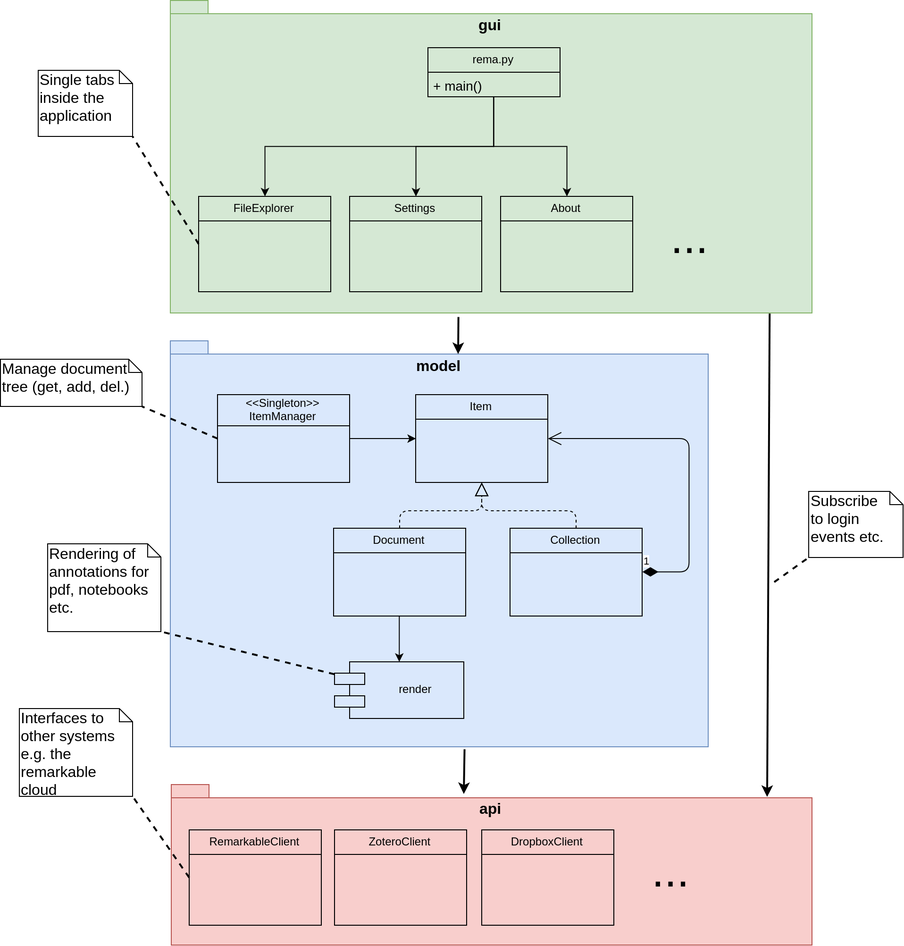
peerdavid/remapy keeps this draw.io diagram as doc/architecture.png. Above is the earlier version. Source tidied: cells renumbered, new cells last; positions are measured from the earlier drawing's top-left corner, leaving out a move shared by most shapes.
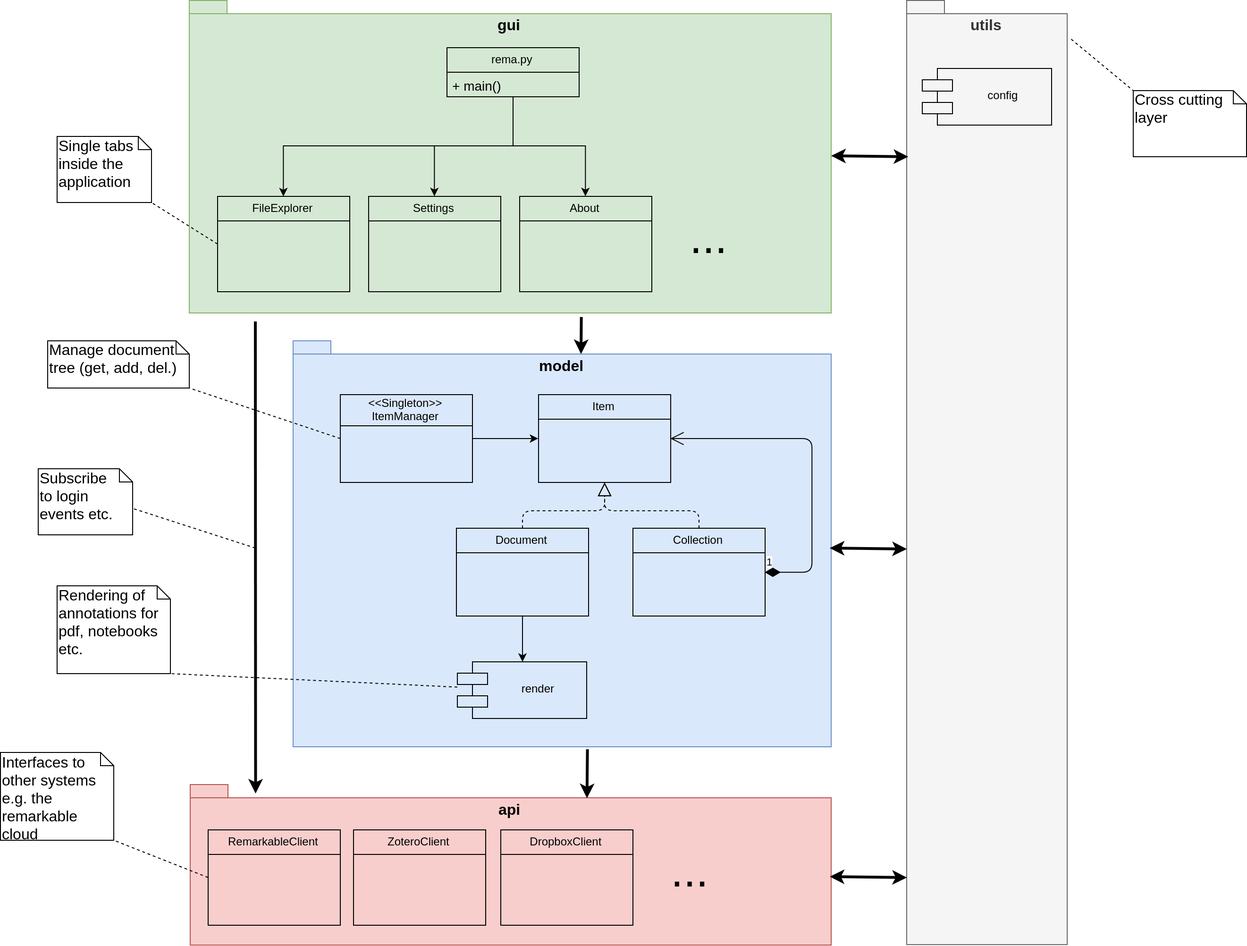
After the commit.

Change to the diagram source:
```diff
@@ -6,7 +6,7 @@
       <mxGeometry x="180" width="680" height="331" as="geometry" />
     </mxCell>
     <mxCell id="3" value="model" style="shape=folder;fontStyle=1;spacingTop=10;tabWidth=40;tabHeight=14;tabPosition=left;html=1;verticalAlign=top;fillColor=#dae8fc;strokeColor=#6c8ebf;fontSize=16;" parent="1" vertex="1">
-      <mxGeometry x="180" y="360.5" width="570" height="430" as="geometry" />
+      <mxGeometry x="290" y="360.5" width="570" height="430" as="geometry" />
     </mxCell>
     <mxCell id="4" value="api" style="shape=folder;fontStyle=1;spacingTop=10;tabWidth=40;tabHeight=14;tabPosition=left;html=1;verticalAlign=top;fillColor=#f8cecc;strokeColor=#b85450;fontSize=16;" parent="1" vertex="1">
       <mxGeometry x="181" y="830.5" width="679" height="170" as="geometry" />
@@ -24,47 +24,47 @@
       <mxGeometry relative="1" as="geometry" />
     </mxCell>
     <mxCell id="9" value="&lt;&lt;Singleton&gt;&gt;&#10;ItemManager" style="swimlane;fontStyle=0;horizontal=1;startSize=33;fillColor=none;" parent="1" vertex="1">
-      <mxGeometry x="230" y="417.5" width="140" height="93" as="geometry" />
+      <mxGeometry x="340" y="417.5" width="140" height="93" as="geometry" />
     </mxCell>
     <mxCell id="10" value="Item" style="swimlane;fontStyle=0;horizontal=1;startSize=26;fillColor=none;" parent="1" vertex="1">
-      <mxGeometry x="440" y="417.5" width="140" height="93" as="geometry" />
+      <mxGeometry x="550" y="417.5" width="140" height="93" as="geometry" />
     </mxCell>
     <mxCell id="11" style="edgeStyle=orthogonalEdgeStyle;rounded=0;jettySize=auto;html=1;" parent="1" edge="1" source="12" target="17">
       <mxGeometry relative="1" as="geometry" />
     </mxCell>
     <mxCell id="12" value="Document" style="swimlane;fontStyle=0;horizontal=1;startSize=26;fillColor=none;" parent="1" vertex="1">
-      <mxGeometry x="353" y="559" width="140" height="93" as="geometry" />
+      <mxGeometry x="463" y="559" width="140" height="93" as="geometry" />
     </mxCell>
     <mxCell id="13" value="Collection" style="swimlane;fontStyle=0;horizontal=1;startSize=26;fillColor=none;" parent="1" vertex="1">
-      <mxGeometry x="540" y="559" width="140" height="93" as="geometry" />
+      <mxGeometry x="650" y="559" width="140" height="93" as="geometry" />
     </mxCell>
     <mxCell id="14" style="endArrow=block;dashed=1;endFill=0;endSize=12;html=1;entryX=0.5;entryY=1;entryDx=0;entryDy=0;exitX=0.5;exitY=0;exitDx=0;exitDy=0;" parent="1" edge="1" source="12" target="10">
       <mxGeometry relative="1" as="geometry">
         <Array as="points">
-          <mxPoint x="423" y="540.5" />
-          <mxPoint x="510" y="540.5" />
+          <mxPoint x="533" y="540.5" />
+          <mxPoint x="620" y="540.5" />
         </Array>
       </mxGeometry>
     </mxCell>
     <mxCell id="15" style="endArrow=block;dashed=1;endFill=0;endSize=12;html=1;exitX=0.5;exitY=0;exitDx=0;exitDy=0;" parent="1" edge="1" source="13">
       <mxGeometry relative="1" as="geometry">
-        <mxPoint x="510" y="510.5" as="targetPoint" />
+        <mxPoint x="620" y="510.5" as="targetPoint" />
         <Array as="points">
-          <mxPoint x="610" y="540.5" />
-          <mxPoint x="510" y="540.5" />
+          <mxPoint x="720" y="540.5" />
+          <mxPoint x="620" y="540.5" />
         </Array>
       </mxGeometry>
     </mxCell>
     <mxCell id="16" value="1" style="endArrow=open;html=1;endSize=12;startArrow=diamondThin;startSize=14;startFill=1;edgeStyle=orthogonalEdgeStyle;align=left;verticalAlign=bottom;exitX=1;exitY=0.5;exitDx=0;exitDy=0;entryX=1;entryY=0.5;entryDx=0;entryDy=0;" parent="1" edge="1" source="13" target="10">
       <mxGeometry x="-1" y="3" relative="1" as="geometry">
         <Array as="points">
-          <mxPoint x="730" y="605.5" />
-          <mxPoint x="730" y="464.5" />
+          <mxPoint x="840" y="605.5" />
+          <mxPoint x="840" y="464.5" />
         </Array>
       </mxGeometry>
     </mxCell>
     <mxCell id="17" value="render" style="shape=component;align=center;spacingLeft=36;fillColor=none;" parent="1" vertex="1">
-      <mxGeometry x="354" y="700.5" width="137" height="60" as="geometry" />
+      <mxGeometry x="464" y="700.5" width="137" height="60" as="geometry" />
     </mxCell>
     <mxCell id="18" value="RemarkableClient" style="swimlane;fontStyle=0;horizontal=1;startSize=26;fillColor=none;" parent="1" vertex="1">
       <mxGeometry x="200" y="878.5" width="140" height="101" as="geometry" />
@@ -81,41 +81,38 @@
     <mxCell id="22" value="&lt;font style=&quot;font-size: 48px&quot;&gt;...&lt;/font&gt;" style="text;html=1;strokeColor=none;fillColor=none;align=center;verticalAlign=middle;whiteSpace=wrap;rounded=0;" parent="1" vertex="1">
       <mxGeometry x="710" y="240" width="40" height="20" as="geometry" />
     </mxCell>
-    <mxCell id="23" style="endArrow=classic;html=1;entryX=0.93;entryY=0.077;entryDx=0;entryDy=0;entryPerimeter=0;exitX=0.934;exitY=1.002;exitDx=0;exitDy=0;exitPerimeter=0;startArrow=none;startFill=0;strokeWidth=2;" parent="1" edge="1" source="2" target="4">
-      <mxGeometry relative="1" as="geometry" />
-    </mxCell>
-    <mxCell id="24" style="endArrow=classic;html=1;entryX=0;entryY=0;entryDx=305;entryDy=14;entryPerimeter=0;exitX=0.449;exitY=1.013;exitDx=0;exitDy=0;exitPerimeter=0;strokeWidth=2;" parent="1" edge="1" source="2" target="3">
-      <mxGeometry relative="1" as="geometry" />
+    <mxCell id="24" style="endArrow=classic;html=1;entryX=0;entryY=0;entryDx=305;entryDy=14;entryPerimeter=0;exitX=0.449;exitY=1.013;exitDx=0;exitDy=0;exitPerimeter=0;strokeWidth=3;" parent="1" edge="1" target="3">
+      <mxGeometry relative="1" as="geometry">
+        <mxPoint x="595.3" y="335.3" as="sourcePoint" />
+      </mxGeometry>
     </mxCell>
-    <mxCell id="25" style="endArrow=classic;html=1;strokeWidth=2;exitX=0.547;exitY=1.006;exitDx=0;exitDy=0;exitPerimeter=0;" parent="1" edge="1" source="3">
-      <mxGeometry relative="1" as="geometry">
-        <mxPoint x="491" y="840.5" as="targetPoint" />
-      </mxGeometry>
+    <mxCell id="25" style="endArrow=classic;html=1;strokeWidth=3;exitX=0.547;exitY=1.006;exitDx=0;exitDy=0;exitPerimeter=0;entryX=0.619;entryY=0.085;entryDx=0;entryDy=0;entryPerimeter=0;" parent="1" edge="1" source="3" target="4">
+      <mxGeometry relative="1" as="geometry" />
     </mxCell>
     <mxCell id="26" value="Subscribe &lt;br&gt;to&amp;nbsp;login events etc." style="shape=note;whiteSpace=wrap;html=1;size=14;verticalAlign=top;align=left;spacingTop=-6;fillColor=none;fontSize=16;" parent="1" vertex="1">
-      <mxGeometry x="856.5" y="520" width="100" height="70" as="geometry" />
+      <mxGeometry x="20" y="496" width="100" height="70" as="geometry" />
     </mxCell>
-    <mxCell id="27" style="endArrow=none;dashed=1;html=1;strokeWidth=2;fontSize=16;entryX=0;entryY=1;entryDx=0;entryDy=0;entryPerimeter=0;" parent="1" edge="1" target="26">
+    <mxCell id="27" style="endArrow=none;dashed=1;html=1;strokeWidth=1;fontSize=16;entryX=0;entryY=0;entryDx=100;entryDy=42;entryPerimeter=0;" parent="1" edge="1" target="26">
       <mxGeometry relative="1" as="geometry">
-        <mxPoint x="820" y="616" as="sourcePoint" />
+        <mxPoint x="250" y="580" as="sourcePoint" />
       </mxGeometry>
     </mxCell>
     <mxCell id="28" value="Manage document tree (get, add, del.)" style="shape=note;whiteSpace=wrap;html=1;size=14;verticalAlign=top;align=left;spacingTop=-6;fillColor=none;fontSize=16;" parent="1" vertex="1">
-      <mxGeometry y="380" width="150" height="50" as="geometry" />
+      <mxGeometry x="30" y="360.5" width="150" height="50" as="geometry" />
     </mxCell>
-    <mxCell id="29" style="endArrow=none;dashed=1;html=1;strokeWidth=2;fontSize=16;entryX=1;entryY=1;entryDx=0;entryDy=0;entryPerimeter=0;exitX=0;exitY=0.5;exitDx=0;exitDy=0;" parent="1" edge="1" source="9" target="28">
+    <mxCell id="29" style="endArrow=none;dashed=1;html=1;strokeWidth=1;fontSize=16;entryX=1;entryY=1;entryDx=0;entryDy=0;entryPerimeter=0;exitX=0;exitY=0.5;exitDx=0;exitDy=0;" parent="1" edge="1" source="9" target="28">
       <mxGeometry relative="1" as="geometry" />
     </mxCell>
     <mxCell id="30" value="Rendering of annotations for pdf, notebooks etc." style="shape=note;whiteSpace=wrap;html=1;size=14;verticalAlign=top;align=left;spacingTop=-6;fillColor=none;fontSize=16;" parent="1" vertex="1">
-      <mxGeometry x="50" y="575.5" width="120" height="93" as="geometry" />
+      <mxGeometry x="40" y="620" width="120" height="93" as="geometry" />
     </mxCell>
-    <mxCell id="31" style="endArrow=none;dashed=1;html=1;strokeWidth=2;fontSize=16;entryX=1;entryY=1;entryDx=0;entryDy=0;entryPerimeter=0;" parent="1" edge="1" source="17" target="30">
+    <mxCell id="31" style="endArrow=none;dashed=1;html=1;strokeWidth=1;fontSize=16;entryX=1;entryY=1;entryDx=0;entryDy=0;entryPerimeter=0;" parent="1" edge="1" source="17" target="30">
       <mxGeometry relative="1" as="geometry" />
     </mxCell>
     <mxCell id="32" value="Interfaces to other systems e.g. the remarkable cloud" style="shape=note;whiteSpace=wrap;html=1;size=14;verticalAlign=top;align=left;spacingTop=-6;fillColor=none;fontSize=16;" parent="1" vertex="1">
-      <mxGeometry x="20" y="750" width="120" height="93" as="geometry" />
+      <mxGeometry x="-20" y="796.5" width="120" height="93" as="geometry" />
     </mxCell>
-    <mxCell id="33" style="endArrow=none;dashed=1;html=1;strokeWidth=2;fontSize=16;entryX=1;entryY=1;entryDx=0;entryDy=0;entryPerimeter=0;exitX=0;exitY=0.5;exitDx=0;exitDy=0;" parent="1" edge="1" source="18" target="32">
+    <mxCell id="33" style="endArrow=none;dashed=1;html=1;strokeWidth=1;fontSize=16;entryX=1;entryY=1;entryDx=0;entryDy=0;entryPerimeter=0;exitX=0;exitY=0.5;exitDx=0;exitDy=0;" parent="1" edge="1" source="18" target="32">
       <mxGeometry relative="1" as="geometry" />
     </mxCell>
     <mxCell id="34" value="rema.py" style="swimlane;fontStyle=0;horizontal=1;startSize=26;fillColor=none;" parent="1" vertex="1">
@@ -134,12 +131,47 @@
       <mxGeometry relative="1" as="geometry" />
     </mxCell>
     <mxCell id="39" value="Single tabs inside the application" style="shape=note;whiteSpace=wrap;html=1;size=14;verticalAlign=top;align=left;spacingTop=-6;fillColor=none;fontSize=16;" parent="1" vertex="1">
-      <mxGeometry x="40" y="74" width="100" height="70" as="geometry" />
+      <mxGeometry x="40" y="144" width="100" height="70" as="geometry" />
     </mxCell>
-    <mxCell id="40" style="endArrow=none;dashed=1;html=1;strokeWidth=2;fontSize=16;entryX=1;entryY=1;entryDx=0;entryDy=0;entryPerimeter=0;" parent="1" edge="1" target="39">
+    <mxCell id="40" style="endArrow=none;dashed=1;html=1;strokeWidth=1;fontSize=16;entryX=1;entryY=1;entryDx=0;entryDy=0;entryPerimeter=0;" parent="1" edge="1" target="39">
       <mxGeometry relative="1" as="geometry">
         <mxPoint x="210" y="258" as="sourcePoint" />
       </mxGeometry>
     </mxCell>
+    <mxCell id="41" value="utils" style="shape=folder;fontStyle=1;spacingTop=10;tabWidth=40;tabHeight=14;tabPosition=left;html=1;verticalAlign=top;fillColor=#f5f5f5;strokeColor=#666666;fontSize=16;fontColor=#333333;" parent="1" vertex="1">
+      <mxGeometry x="940" width="170" height="1000" as="geometry" />
+    </mxCell>
+    <mxCell id="42" style="endArrow=classic;html=1;strokeWidth=3;entryX=0.102;entryY=0.056;entryDx=0;entryDy=0;entryPerimeter=0;" parent="1" edge="1" target="4">
+      <mxGeometry relative="1" as="geometry">
+        <mxPoint x="250" y="340" as="sourcePoint" />
+      </mxGeometry>
+    </mxCell>
+    <mxCell id="43" value="config" style="shape=component;align=center;spacingLeft=36;fillColor=none;" parent="1" vertex="1">
+      <mxGeometry x="956.5" y="72" width="137" height="60" as="geometry" />
+    </mxCell>
+    <mxCell id="44" style="endArrow=classic;html=1;exitX=0;exitY=0;exitDx=680;exitDy=172.5;exitPerimeter=0;strokeWidth=3;entryX=0.008;entryY=0.152;entryDx=0;entryDy=0;entryPerimeter=0;startArrow=classic;startFill=1;" parent="1" edge="1">
+      <mxGeometry relative="1" as="geometry">
+        <mxPoint x="858.5" y="580" as="sourcePoint" />
+        <mxPoint x="940.2" y="581" as="targetPoint" />
+      </mxGeometry>
+    </mxCell>
+    <mxCell id="45" style="endArrow=classic;html=1;exitX=0;exitY=0;exitDx=680;exitDy=172.5;exitPerimeter=0;strokeWidth=3;entryX=0.008;entryY=0.152;entryDx=0;entryDy=0;entryPerimeter=0;startArrow=classic;startFill=1;" parent="1" edge="1">
+      <mxGeometry relative="1" as="geometry">
+        <mxPoint x="858.5" y="928" as="sourcePoint" />
+        <mxPoint x="940.2" y="929" as="targetPoint" />
+      </mxGeometry>
+    </mxCell>
+    <mxCell id="46" style="endArrow=classic;html=1;exitX=0;exitY=0;exitDx=680;exitDy=172.5;exitPerimeter=0;strokeWidth=3;entryX=0.008;entryY=0.152;entryDx=0;entryDy=0;entryPerimeter=0;startArrow=classic;startFill=1;" parent="1" edge="1">
+      <mxGeometry relative="1" as="geometry">
+        <mxPoint x="860" y="164.5" as="sourcePoint" />
+        <mxPoint x="941.7" y="165.5" as="targetPoint" />
+      </mxGeometry>
+    </mxCell>
+    <mxCell id="47" value="Cross cutting layer" style="shape=note;whiteSpace=wrap;html=1;size=14;verticalAlign=top;align=left;spacingTop=-6;fillColor=none;fontSize=16;" parent="1" vertex="1">
+      <mxGeometry x="1180" y="95.5" width="120" height="70" as="geometry" />
+    </mxCell>
+    <mxCell id="48" style="endArrow=none;dashed=1;html=1;strokeWidth=1;fontSize=16;entryX=0;entryY=0;entryDx=0;entryDy=0;entryPerimeter=0;exitX=1.025;exitY=0.041;exitDx=0;exitDy=0;exitPerimeter=0;" parent="1" edge="1" source="41" target="47">
+      <mxGeometry relative="1" as="geometry" />
+    </mxCell>
   </root>
 </mxGraphModel>
```
